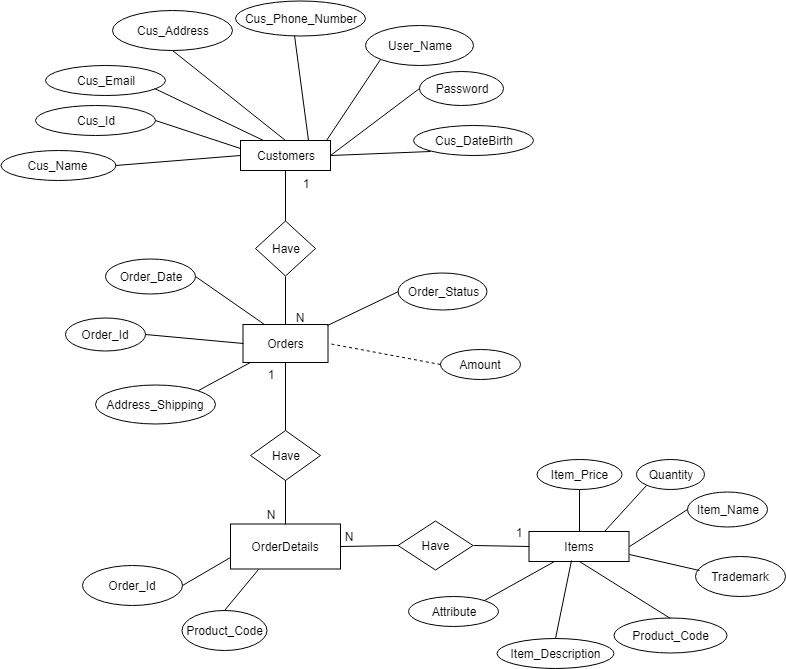
Above: Document/Database/ERD.png in LinhNguyennnn/Shop_HeadPhone_G03 (draw.io), before the change. Source tidied: cells renumbered, new cells last; positions are measured from the earlier drawing's top-left corner, leaving out a move shared by most shapes.
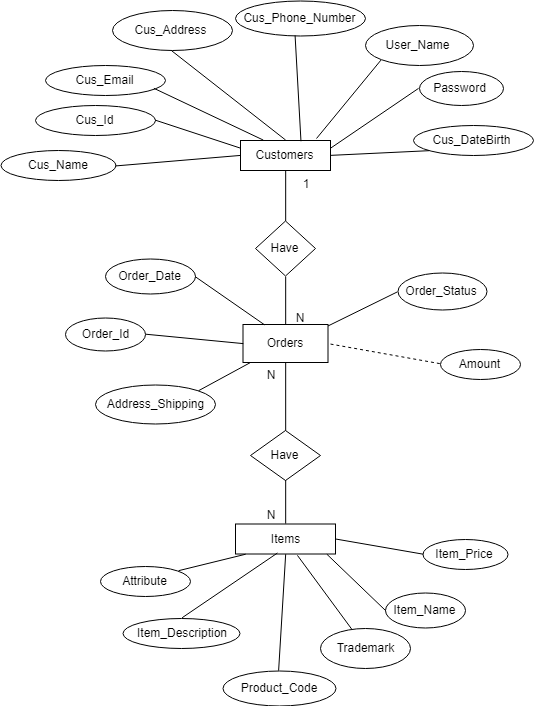
The same diagram one commit later.

Change to the diagram source:
```diff
@@ -6,7 +6,7 @@
       <mxGeometry x="240" y="140" width="90" height="30" as="geometry" />
     </mxCell>
     <mxCell id="3" value="Items" style="rounded=0;whiteSpace=wrap;html=1;" parent="1" vertex="1">
-      <mxGeometry x="528.5" y="531" width="100" height="30" as="geometry" />
+      <mxGeometry x="235" y="523.5" width="100" height="30" as="geometry" />
     </mxCell>
     <mxCell id="4" value="Cus_Name" style="ellipse;whiteSpace=wrap;html=1;" parent="1" vertex="1">
       <mxGeometry y="150" width="115" height="30" as="geometry" />
@@ -35,34 +35,31 @@
     <mxCell id="12" style="endArrow=none;html=1;entryX=0.5;entryY=1;entryDx=0;entryDy=0;exitX=0.5;exitY=0;exitDx=0;exitDy=0;" parent="1" edge="1" source="2" target="6">
       <mxGeometry relative="1" as="geometry" />
     </mxCell>
-    <mxCell id="13" style="endArrow=none;html=1;exitX=0.75;exitY=0;exitDx=0;exitDy=0;entryX=0.454;entryY=1;entryDx=0;entryDy=0;entryPerimeter=0;" parent="1" edge="1" source="2" target="8">
+    <mxCell id="13" style="endArrow=none;html=1;exitX=0.667;exitY=0.033;exitDx=0;exitDy=0;entryX=0.454;entryY=1;entryDx=0;entryDy=0;entryPerimeter=0;exitPerimeter=0;" parent="1" edge="1" source="2" target="8">
       <mxGeometry relative="1" as="geometry" />
     </mxCell>
     <mxCell id="14" value="Item_Name" style="ellipse;whiteSpace=wrap;html=1;" parent="1" vertex="1">
-      <mxGeometry x="686.5" y="491" width="80" height="35" as="geometry" />
+      <mxGeometry x="385" y="592.5" width="80" height="35" as="geometry" />
     </mxCell>
     <mxCell id="15" value="Item_Description" style="ellipse;whiteSpace=wrap;html=1;" parent="1" vertex="1">
-      <mxGeometry x="496.5" y="637.5" width="117" height="30" as="geometry" />
+      <mxGeometry x="123" y="617.5" width="117" height="30" as="geometry" />
     </mxCell>
     <mxCell id="16" value="Item_Price" style="ellipse;whiteSpace=wrap;html=1;" parent="1" vertex="1">
-      <mxGeometry x="536" y="459" width="85" height="30" as="geometry" />
+      <mxGeometry x="422.5" y="539" width="85" height="30" as="geometry" />
     </mxCell>
     <mxCell id="17" value="&lt;pre id=&quot;tw-target-text&quot;&gt;&lt;font face=&quot;Helvetica&quot;&gt;Trademark&lt;/font&gt;&lt;br&gt;&lt;/pre&gt;" style="ellipse;whiteSpace=wrap;html=1;" parent="1" vertex="1">
-      <mxGeometry x="695" y="556" width="90" height="40" as="geometry" />
+      <mxGeometry x="320" y="627.5" width="90" height="40" as="geometry" />
     </mxCell>
     <mxCell id="18" value="&lt;span&gt;Product_Code&lt;/span&gt;" style="ellipse;whiteSpace=wrap;html=1;" parent="1" vertex="1">
-      <mxGeometry x="613.5" y="617.5" width="113" height="35" as="geometry" />
+      <mxGeometry x="222" y="670" width="113" height="35" as="geometry" />
     </mxCell>
     <mxCell id="19" value="&lt;span&gt;Attribute&lt;/span&gt;&lt;br&gt;" style="ellipse;whiteSpace=wrap;html=1;" parent="1" vertex="1">
-      <mxGeometry x="407.5" y="596" width="90" height="30" as="geometry" />
+      <mxGeometry x="100" y="566" width="90" height="30" as="geometry" />
     </mxCell>
-    <mxCell id="20" value="Quantity" style="ellipse;whiteSpace=wrap;html=1;" parent="1" vertex="1">
-      <mxGeometry x="636" y="459" width="68" height="30" as="geometry" />
-    </mxCell>
-    <mxCell id="21" style="endArrow=none;html=1;entryX=0.5;entryY=0;entryDx=0;entryDy=0;exitX=0.5;exitY=1;exitDx=0;exitDy=0;" parent="1" edge="1" source="16" target="3">
+    <mxCell id="21" style="endArrow=none;html=1;entryX=1;entryY=0.5;entryDx=0;entryDy=0;exitX=0;exitY=0.5;exitDx=0;exitDy=0;" parent="1" edge="1" source="16" target="3">
       <mxGeometry relative="1" as="geometry" />
     </mxCell>
-    <mxCell id="22" style="endArrow=none;html=1;entryX=0.25;entryY=1;entryDx=0;entryDy=0;exitX=1;exitY=0;exitDx=0;exitDy=0;" parent="1" edge="1" source="19" target="3">
+    <mxCell id="22" style="endArrow=none;html=1;entryX=0.1;entryY=1.017;entryDx=0;entryDy=0;exitX=1;exitY=0;exitDx=0;exitDy=0;entryPerimeter=0;" parent="1" edge="1" source="19" target="3">
       <mxGeometry relative="1" as="geometry" />
     </mxCell>
     <mxCell id="23" style="endArrow=none;html=1;entryX=0.42;entryY=0.983;entryDx=0;entryDy=0;exitX=0.5;exitY=0;exitDx=0;exitDy=0;entryPerimeter=0;" parent="1" edge="1" source="15" target="3">
@@ -71,15 +68,12 @@
     <mxCell id="24" style="endArrow=none;html=1;entryX=0.5;entryY=1;entryDx=0;entryDy=0;exitX=0.5;exitY=0;exitDx=0;exitDy=0;" parent="1" edge="1" source="18" target="3">
       <mxGeometry relative="1" as="geometry" />
     </mxCell>
-    <mxCell id="25" style="endArrow=none;html=1;exitX=0.044;exitY=0.35;exitDx=0;exitDy=0;exitPerimeter=0;entryX=1;entryY=0.75;entryDx=0;entryDy=0;" parent="1" edge="1" source="17" target="3">
+    <mxCell id="25" style="endArrow=none;html=1;entryX=0.62;entryY=1.05;entryDx=0;entryDy=0;entryPerimeter=0;" parent="1" edge="1" source="17" target="3">
       <mxGeometry relative="1" as="geometry" />
     </mxCell>
-    <mxCell id="26" style="endArrow=none;html=1;entryX=1;entryY=0.5;entryDx=0;entryDy=0;exitX=0;exitY=0.5;exitDx=0;exitDy=0;" parent="1" edge="1" source="14" target="3">
+    <mxCell id="26" style="endArrow=none;html=1;entryX=0.91;entryY=1.017;entryDx=0;entryDy=0;exitX=0;exitY=0.5;exitDx=0;exitDy=0;entryPerimeter=0;" parent="1" edge="1" source="14" target="3">
       <mxGeometry relative="1" as="geometry" />
     </mxCell>
-    <mxCell id="27" style="endArrow=none;html=1;entryX=0;entryY=1;entryDx=0;entryDy=0;exitX=0.75;exitY=0;exitDx=0;exitDy=0;" parent="1" edge="1" source="3" target="20">
-      <mxGeometry relative="1" as="geometry" />
-    </mxCell>
     <mxCell id="28" value="1" style="text;html=1;align=left;verticalAlign=top;spacingTop=-4;" parent="1" vertex="1">
       <mxGeometry x="310" y="332.5" width="20" height="20" as="geometry" />
     </mxCell>
@@ -119,64 +113,36 @@
     <mxCell id="40" value="N" style="text;html=1;strokeColor=none;fillColor=none;align=center;verticalAlign=middle;whiteSpace=wrap;rounded=0;" parent="1" vertex="1">
       <mxGeometry x="279" y="307" width="40" height="20" as="geometry" />
     </mxCell>
-    <mxCell id="41" value="OrderDetails" style="rounded=0;whiteSpace=wrap;html=1;" parent="1" vertex="1">
-      <mxGeometry x="230" y="523.5" width="110" height="45" as="geometry" />
-    </mxCell>
-    <mxCell id="42" value="Order_Id" style="ellipse;whiteSpace=wrap;html=1;" parent="1" vertex="1">
-      <mxGeometry x="81.5" y="565" width="100" height="40" as="geometry" />
-    </mxCell>
-    <mxCell id="43" style="endArrow=none;html=1;entryX=0;entryY=0.75;entryDx=0;entryDy=0;exitX=1;exitY=0.5;exitDx=0;exitDy=0;" parent="1" edge="1" source="42" target="41">
-      <mxGeometry relative="1" as="geometry" />
-    </mxCell>
     <mxCell id="44" value="Have" style="rhombus;whiteSpace=wrap;html=1;" parent="1" vertex="1">
       <mxGeometry x="250" y="430" width="70" height="50" as="geometry" />
     </mxCell>
     <mxCell id="45" style="endArrow=none;html=1;entryX=0.5;entryY=1;entryDx=0;entryDy=0;exitX=0.5;exitY=0;exitDx=0;exitDy=0;" parent="1" edge="1" source="44" target="29">
       <mxGeometry relative="1" as="geometry" />
     </mxCell>
-    <mxCell id="46" style="endArrow=none;html=1;entryX=0.5;entryY=1;entryDx=0;entryDy=0;exitX=0.5;exitY=0;exitDx=0;exitDy=0;" parent="1" edge="1" source="41" target="44">
+    <mxCell id="46" style="endArrow=none;html=1;entryX=0.5;entryY=1;entryDx=0;entryDy=0;exitX=0.5;exitY=0;exitDx=0;exitDy=0;" parent="1" edge="1" source="3" target="44">
       <mxGeometry relative="1" as="geometry" />
     </mxCell>
-    <mxCell id="47" value="1" style="text;html=1;strokeColor=none;fillColor=none;align=center;verticalAlign=middle;whiteSpace=wrap;rounded=0;" parent="1" vertex="1">
+    <mxCell id="47" value="N" style="text;html=1;strokeColor=none;fillColor=none;align=center;verticalAlign=middle;whiteSpace=wrap;rounded=0;" parent="1" vertex="1">
       <mxGeometry x="250" y="363.5" width="40" height="20" as="geometry" />
     </mxCell>
     <mxCell id="48" value="N" style="text;html=1;strokeColor=none;fillColor=none;align=center;verticalAlign=middle;whiteSpace=wrap;rounded=0;" parent="1" vertex="1">
       <mxGeometry x="250" y="503.5" width="40" height="20" as="geometry" />
     </mxCell>
-    <mxCell id="49" value="Have" style="rhombus;whiteSpace=wrap;html=1;" parent="1" vertex="1">
-      <mxGeometry x="397.5" y="520.5" width="75" height="49" as="geometry" />
-    </mxCell>
-    <mxCell id="50" style="endArrow=none;html=1;entryX=0;entryY=0.5;entryDx=0;entryDy=0;exitX=1;exitY=0.5;exitDx=0;exitDy=0;" parent="1" edge="1" source="49" target="3">
-      <mxGeometry relative="1" as="geometry" />
-    </mxCell>
-    <mxCell id="51" style="endArrow=none;html=1;entryX=0;entryY=0.5;entryDx=0;entryDy=0;exitX=1;exitY=0.5;exitDx=0;exitDy=0;" parent="1" edge="1" source="41" target="49">
-      <mxGeometry relative="1" as="geometry" />
-    </mxCell>
-    <mxCell id="52" value="N" style="text;html=1;strokeColor=none;fillColor=none;align=center;verticalAlign=middle;whiteSpace=wrap;rounded=0;" parent="1" vertex="1">
-      <mxGeometry x="328" y="526" width="40" height="20" as="geometry" />
-    </mxCell>
-    <mxCell id="53" value="1" style="text;html=1;strokeColor=none;fillColor=none;align=center;verticalAlign=middle;whiteSpace=wrap;rounded=0;" parent="1" vertex="1">
-      <mxGeometry x="497.5" y="522" width="40" height="20" as="geometry" />
-    </mxCell>
     <mxCell id="54" value="&lt;span&gt;Amount&lt;/span&gt;" style="ellipse;whiteSpace=wrap;html=1;" parent="1" vertex="1">
       <mxGeometry x="439.5" y="348.5" width="80" height="30" as="geometry" />
     </mxCell>
-    <mxCell id="55" value="Product_Code" style="ellipse;whiteSpace=wrap;html=1;" parent="1" vertex="1">
-      <mxGeometry x="181.5" y="610" width="85" height="40" as="geometry" />
-    </mxCell>
-    <mxCell id="56" style="endArrow=none;html=1;entryX=0.25;entryY=1;entryDx=0;entryDy=0;exitX=0.5;exitY=0;exitDx=0;exitDy=0;" parent="1" edge="1" source="55" target="41">
-      <mxGeometry relative="1" as="geometry" />
-    </mxCell>
     <mxCell id="57" value="Password" style="ellipse;whiteSpace=wrap;html=1;" parent="1" vertex="1">
       <mxGeometry x="418.5" y="71" width="84" height="34" as="geometry" />
     </mxCell>
     <mxCell id="58" value="User_Name" style="ellipse;whiteSpace=wrap;html=1;" parent="1" vertex="1">
       <mxGeometry x="364.5" y="25" width="108" height="40" as="geometry" />
     </mxCell>
-    <mxCell id="59" style="endArrow=none;html=1;entryX=0;entryY=1;entryDx=0;entryDy=0;exitX=0.956;exitY=0;exitDx=0;exitDy=0;exitPerimeter=0;" parent="1" edge="1" source="2" target="58">
-      <mxGeometry relative="1" as="geometry" />
+    <mxCell id="59" style="endArrow=none;html=1;entryX=0;entryY=1;entryDx=0;entryDy=0;" parent="1" edge="1" target="58">
+      <mxGeometry relative="1" as="geometry">
+        <mxPoint x="316" y="138" as="sourcePoint" />
+      </mxGeometry>
     </mxCell>
-    <mxCell id="60" style="endArrow=none;html=1;entryX=0;entryY=0.5;entryDx=0;entryDy=0;exitX=1;exitY=0.5;exitDx=0;exitDy=0;" parent="1" edge="1" source="2" target="57">
+    <mxCell id="60" style="endArrow=none;html=1;entryX=0;entryY=0.5;entryDx=0;entryDy=0;exitX=1;exitY=0.25;exitDx=0;exitDy=0;" parent="1" edge="1" source="2" target="57">
       <mxGeometry relative="1" as="geometry" />
     </mxCell>
     <mxCell id="61" style="endArrow=none;dashed=1;html=1;entryX=1;entryY=0.5;entryDx=0;entryDy=0;exitX=0;exitY=0.5;exitDx=0;exitDy=0;" parent="1" edge="1" source="54" target="29">
```
